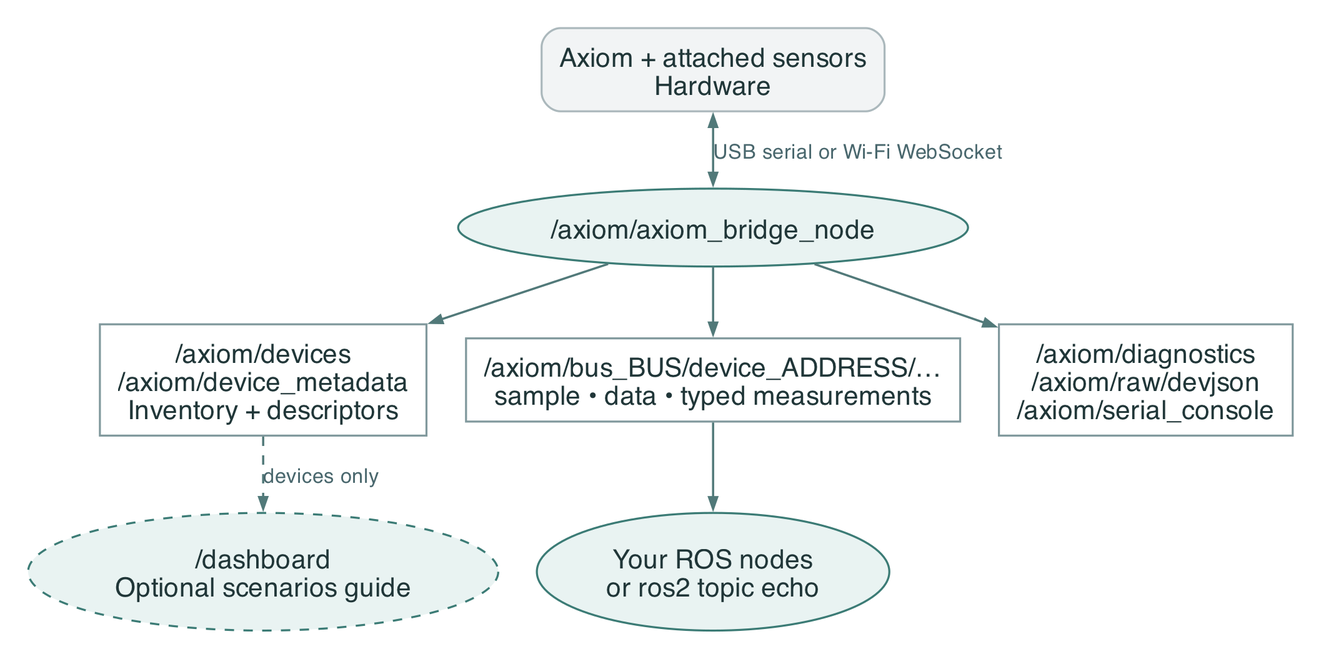
Above: docs/ros-graphs/ros2-overview-graph.png in robotical/axiom-ros2 (Graphviz), before the change. Its source is kept beside it as docs/ros-graphs/ros2-overview-graph.dot. Its diagram source:
```dot
digraph ros {

  graph [bgcolor="white", rankdir=TB, pad="0.25", nodesep="0.35", ranksep="0.5", fontname="Helvetica", dpi=180];
  node [fontname="Helvetica", fontsize=17, fontcolor="#203638", color="#81999d", penwidth=1.3, margin="0.16,0.12", shape=box, style=filled, fillcolor="white"];
  edge [fontname="Helvetica", fontsize=13, color="#517979", fontcolor="#49676d", penwidth=1.4, arrowsize=0.75];

  board [shape=box, style="rounded,filled", fillcolor="#f2f4f5", color="#abb8bc", label="Axiom + attached sensors\nHardware"];
  driver [shape=ellipse, fillcolor="#e9f3f2", color="#3b7b75", label="/axiom/axiom_bridge_node"];
  devices [label="/axiom/devices\n/axiom/device_metadata\nInventory + descriptors"];
  measures [label="/axiom/bus_BUS/device_ADDRESS/…\nsample • data • typed measurements"];
  diagnostics [label="/axiom/diagnostics\n/axiom/raw/devjson\n/axiom/serial_console"];
  consumer [shape=ellipse, fillcolor="#e9f3f2", color="#3b7b75", label="Your ROS nodes\nor ros2 topic echo"];
  dashboard [shape=ellipse, style="filled,dashed", fillcolor="#e9f3f2", color="#3b7b75", label="/dashboard\nOptional scenarios guide"];
  board -> driver [label="USB serial or Wi-Fi WebSocket", dir=both];
  driver -> devices;
  driver -> measures;
  driver -> diagnostics;
  devices -> dashboard [style=dashed, label="devices only"];
  measures -> consumer;
  {rank=same; devices; measures; diagnostics;}
  {rank=same; consumer; dashboard;}

}
```
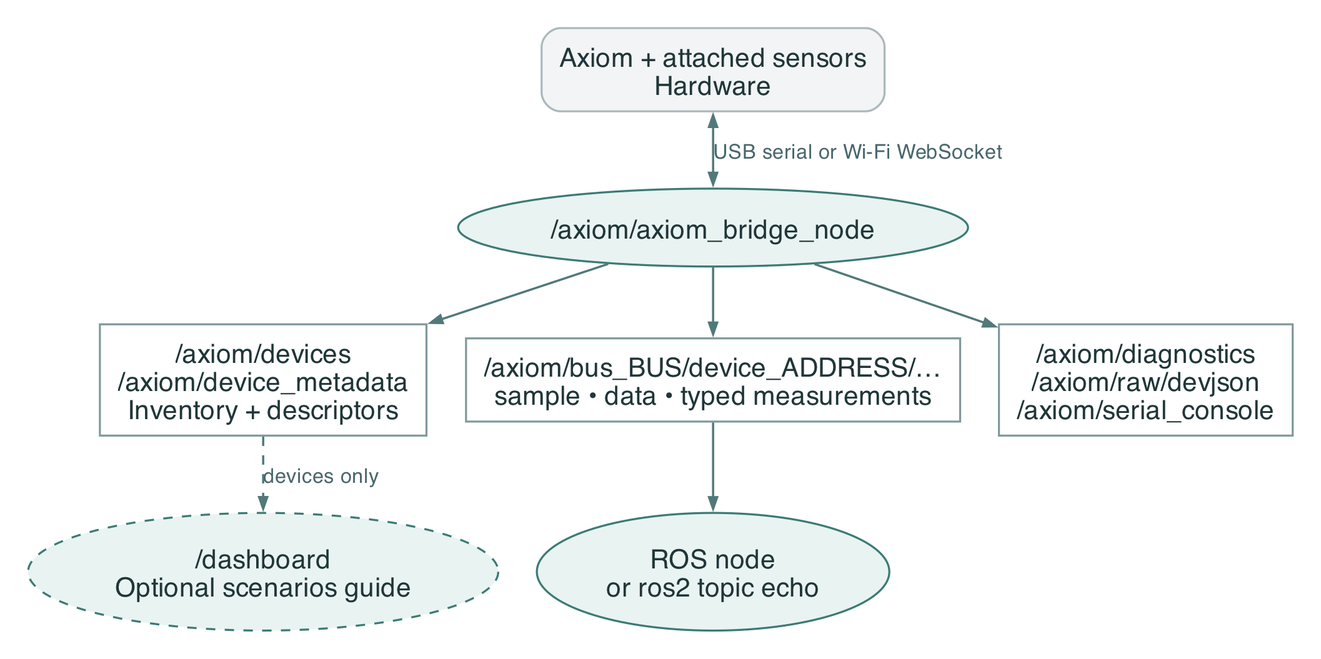
After the commit.

Commit message:
Use neutral ROS node labels in guide diagrams

The edit, as a diff of the source:
```diff
@@ -9,7 +9,7 @@
   devices [label="/axiom/devices\n/axiom/device_metadata\nInventory + descriptors"];
   measures [label="/axiom/bus_BUS/device_ADDRESS/…\nsample • data • typed measurements"];
   diagnostics [label="/axiom/diagnostics\n/axiom/raw/devjson\n/axiom/serial_console"];
-  consumer [shape=ellipse, fillcolor="#e9f3f2", color="#3b7b75", label="Your ROS nodes\nor ros2 topic echo"];
+  consumer [shape=ellipse, fillcolor="#e9f3f2", color="#3b7b75", label="ROS node\nor ros2 topic echo"];
   dashboard [shape=ellipse, style="filled,dashed", fillcolor="#e9f3f2", color="#3b7b75", label="/dashboard\nOptional scenarios guide"];
   board -> driver [label="USB serial or Wi-Fi WebSocket", dir=both];
   driver -> devices;
```
